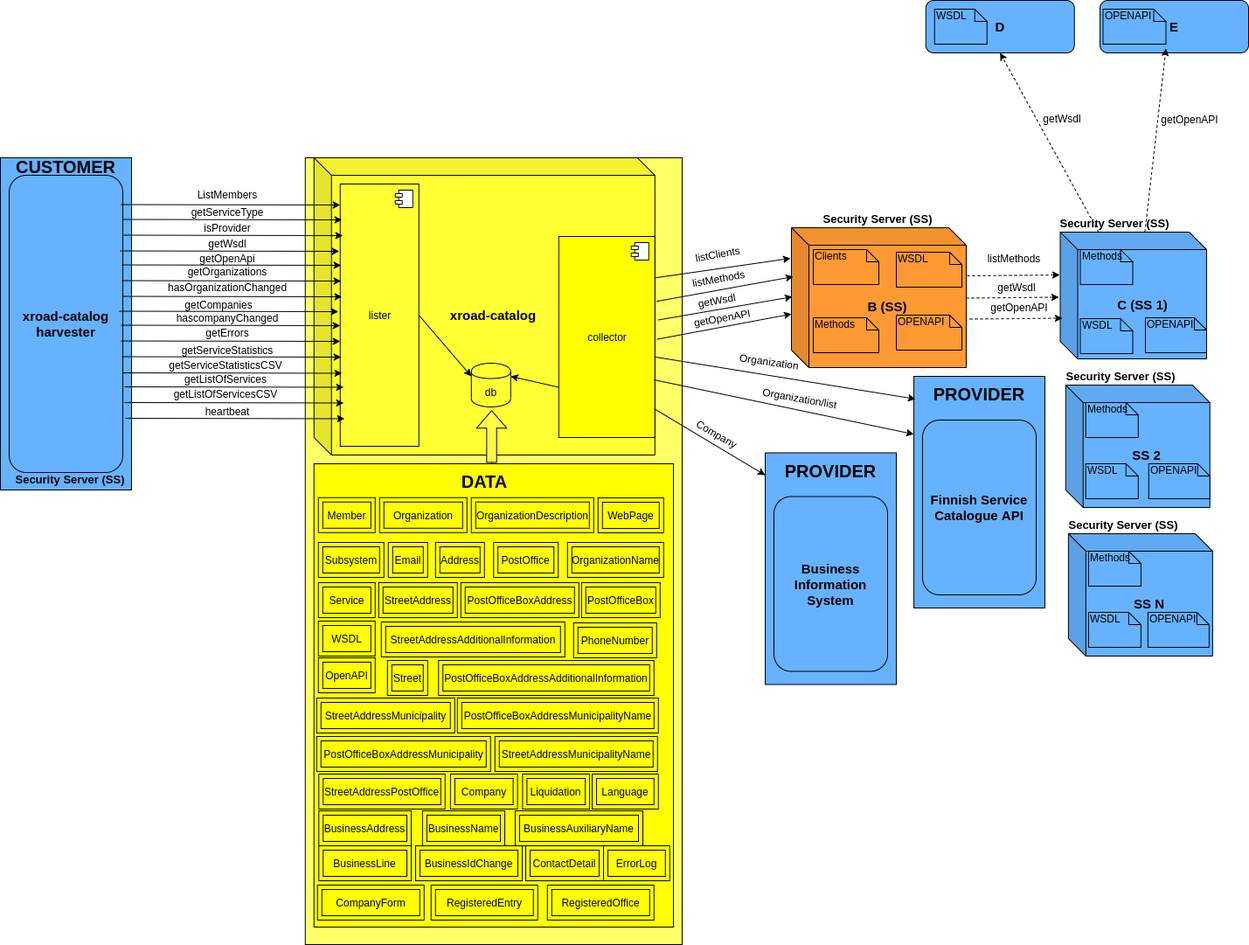
vrk-kpa/xroad-catalog keeps this draw.io diagram as architecture.png. Above is the earlier version. Source tidied: cells renumbered, new cells last; positions are measured from the earlier drawing's top-left corner, leaving out a move shared by most shapes.
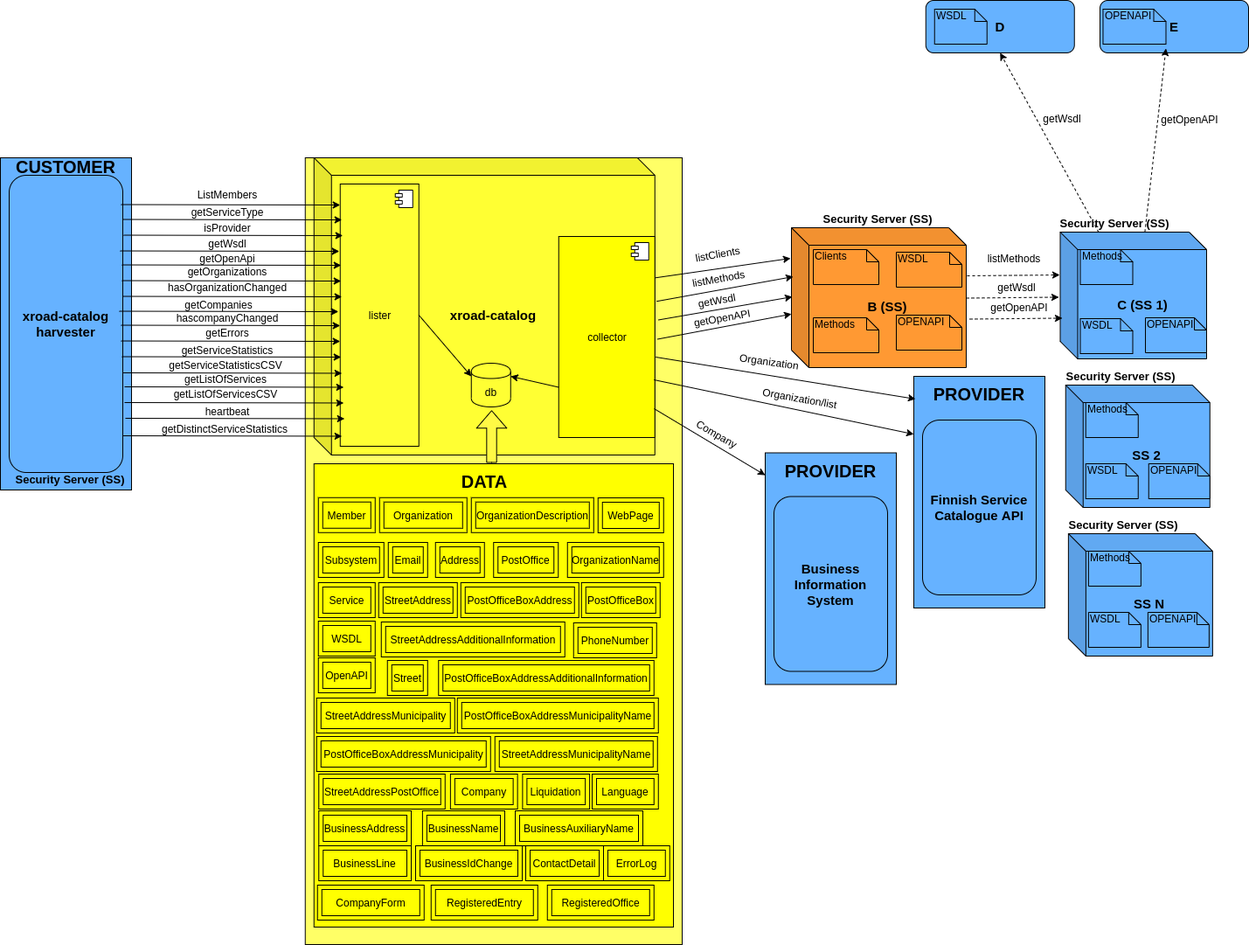
After the change.

Change to the diagram source:
```diff
@@ -489,5 +489,14 @@
     <mxCell id="140" value="heartbeat" style="text;html=1;strokeColor=none;fillColor=none;align=center;verticalAlign=middle;whiteSpace=wrap;rounded=0;rotation=0;" parent="1" vertex="1">
       <mxGeometry x="240" y="460" width="40" height="20" as="geometry" />
     </mxCell>
+    <mxCell id="141" style="endArrow=classic;html=1;exitX=0.985;exitY=0.028;exitDx=0;exitDy=0;exitPerimeter=0;entryX=0;entryY=0;entryDx=0;entryDy=0;" parent="1" edge="1">
+      <mxGeometry relative="1" as="geometry">
+        <mxPoint x="140" y="498" as="sourcePoint" />
+        <mxPoint x="390.7" y="498.5" as="targetPoint" />
+      </mxGeometry>
+    </mxCell>
+    <mxCell id="142" value="getDistinctServiceStatistics" style="text;html=1;strokeColor=none;fillColor=none;align=center;verticalAlign=middle;whiteSpace=wrap;rounded=0;rotation=0;" parent="1" vertex="1">
+      <mxGeometry x="237" y="480" width="40" height="20" as="geometry" />
+    </mxCell>
   </root>
 </mxGraphModel>
```
